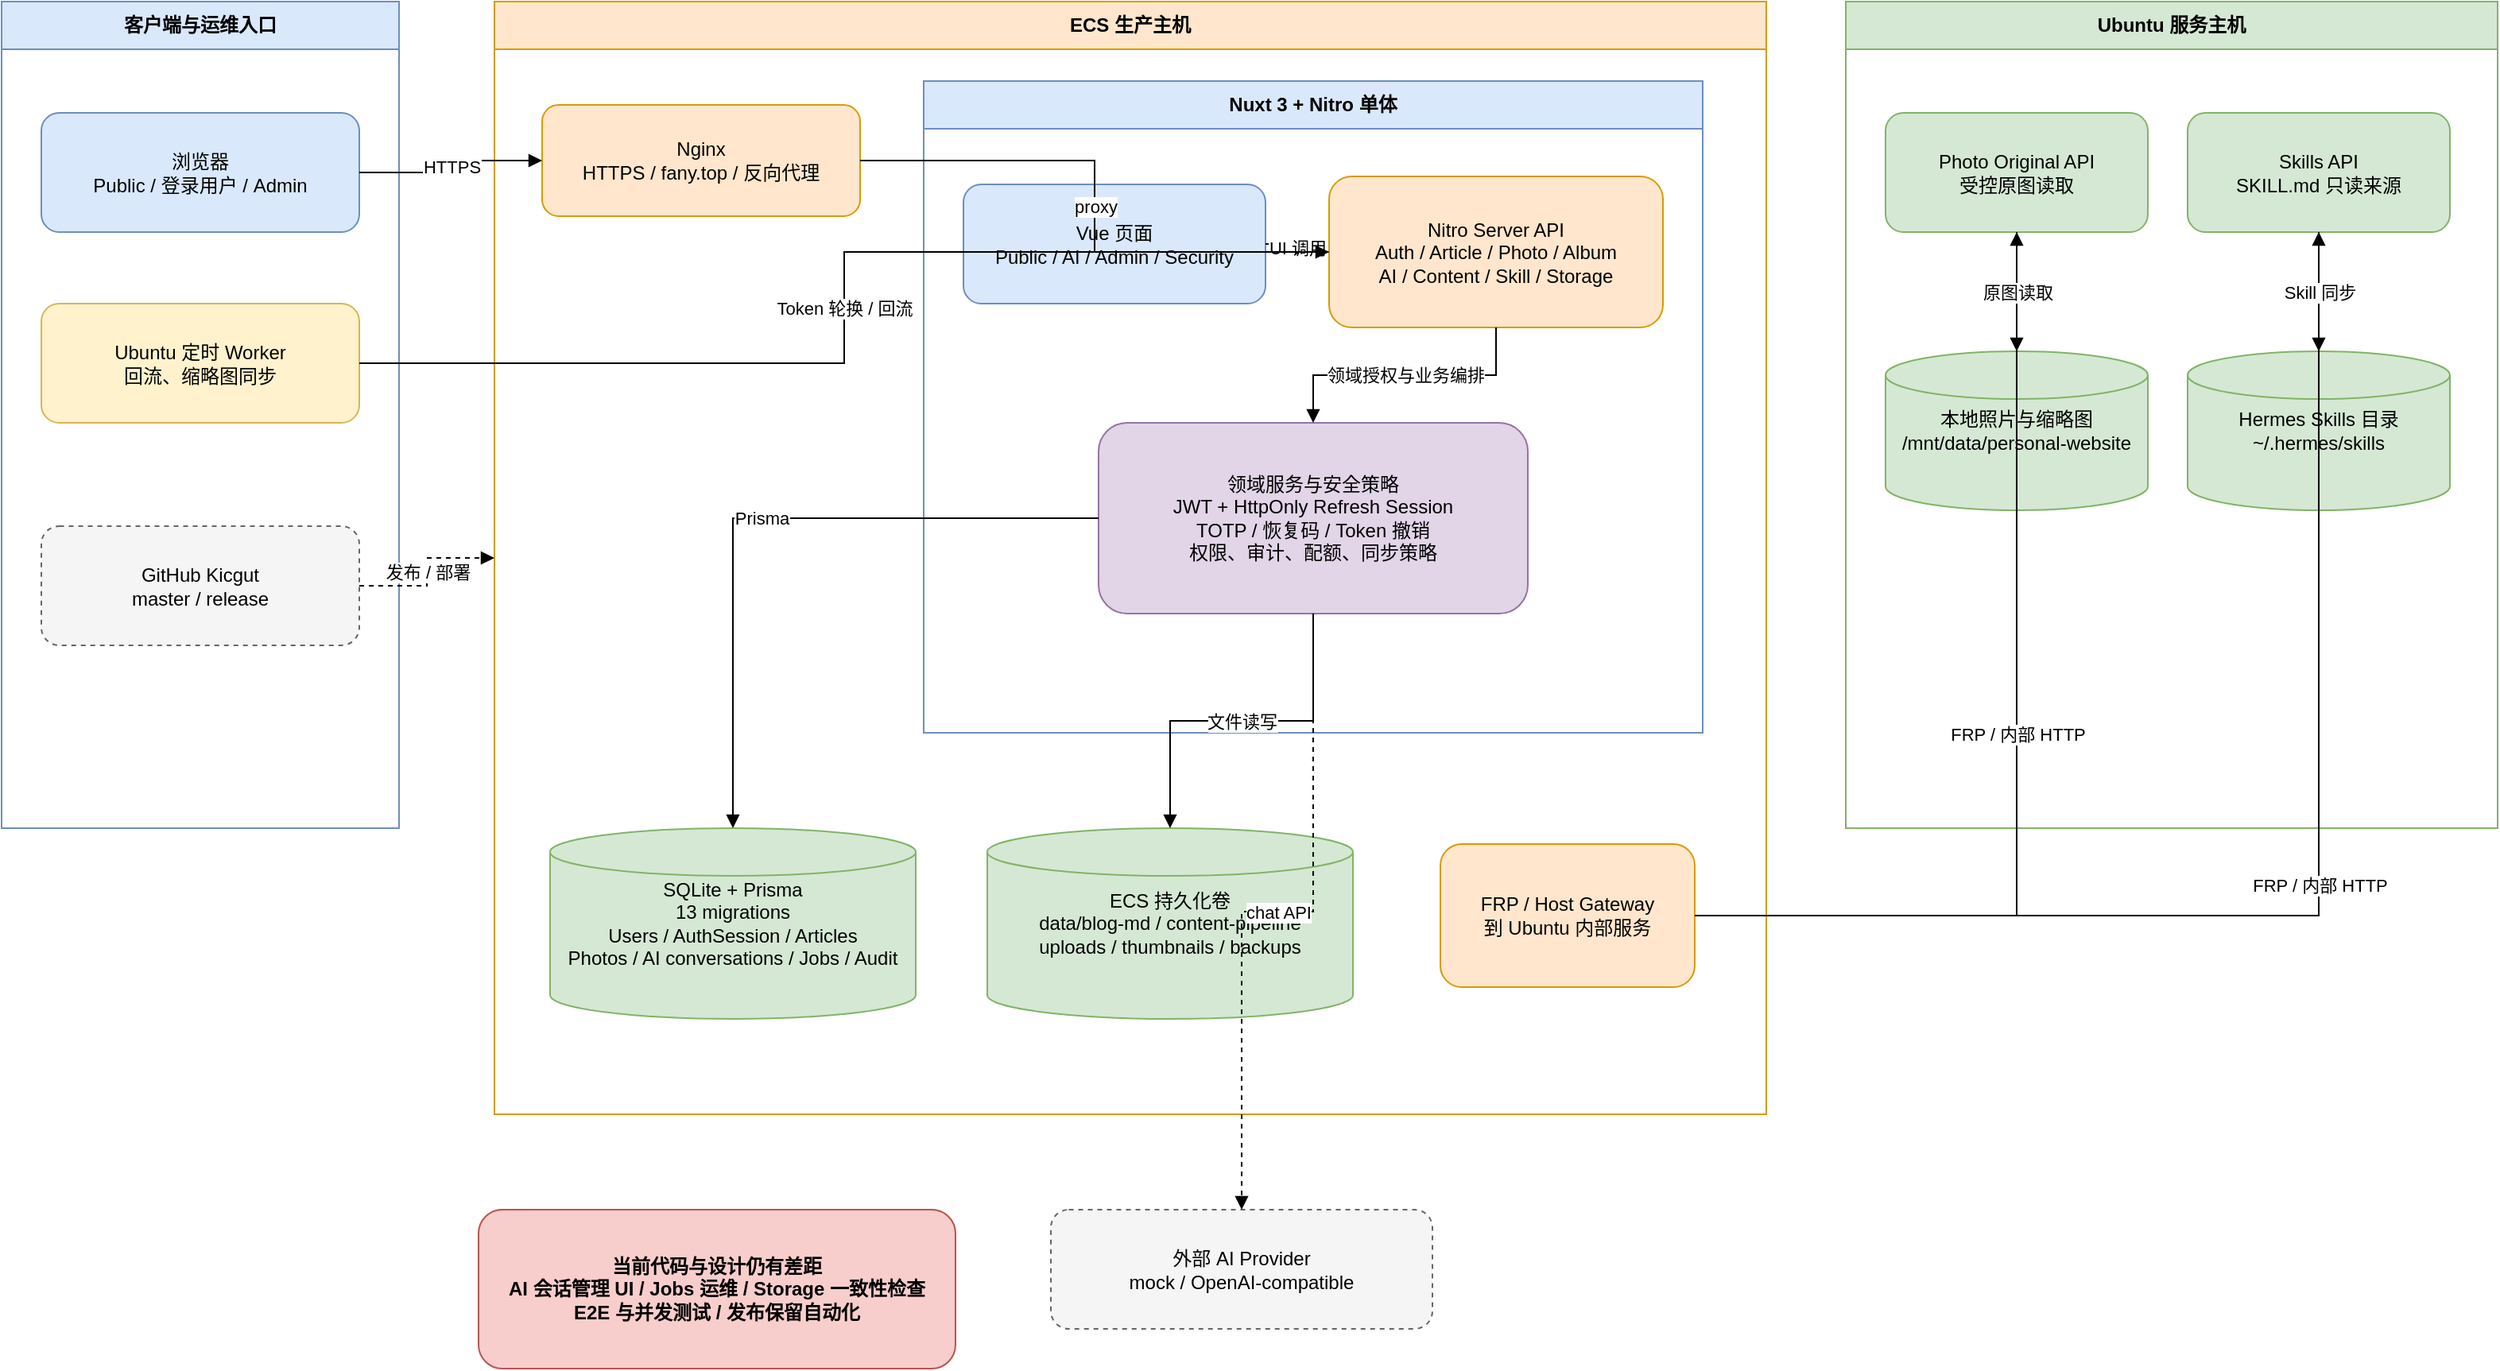
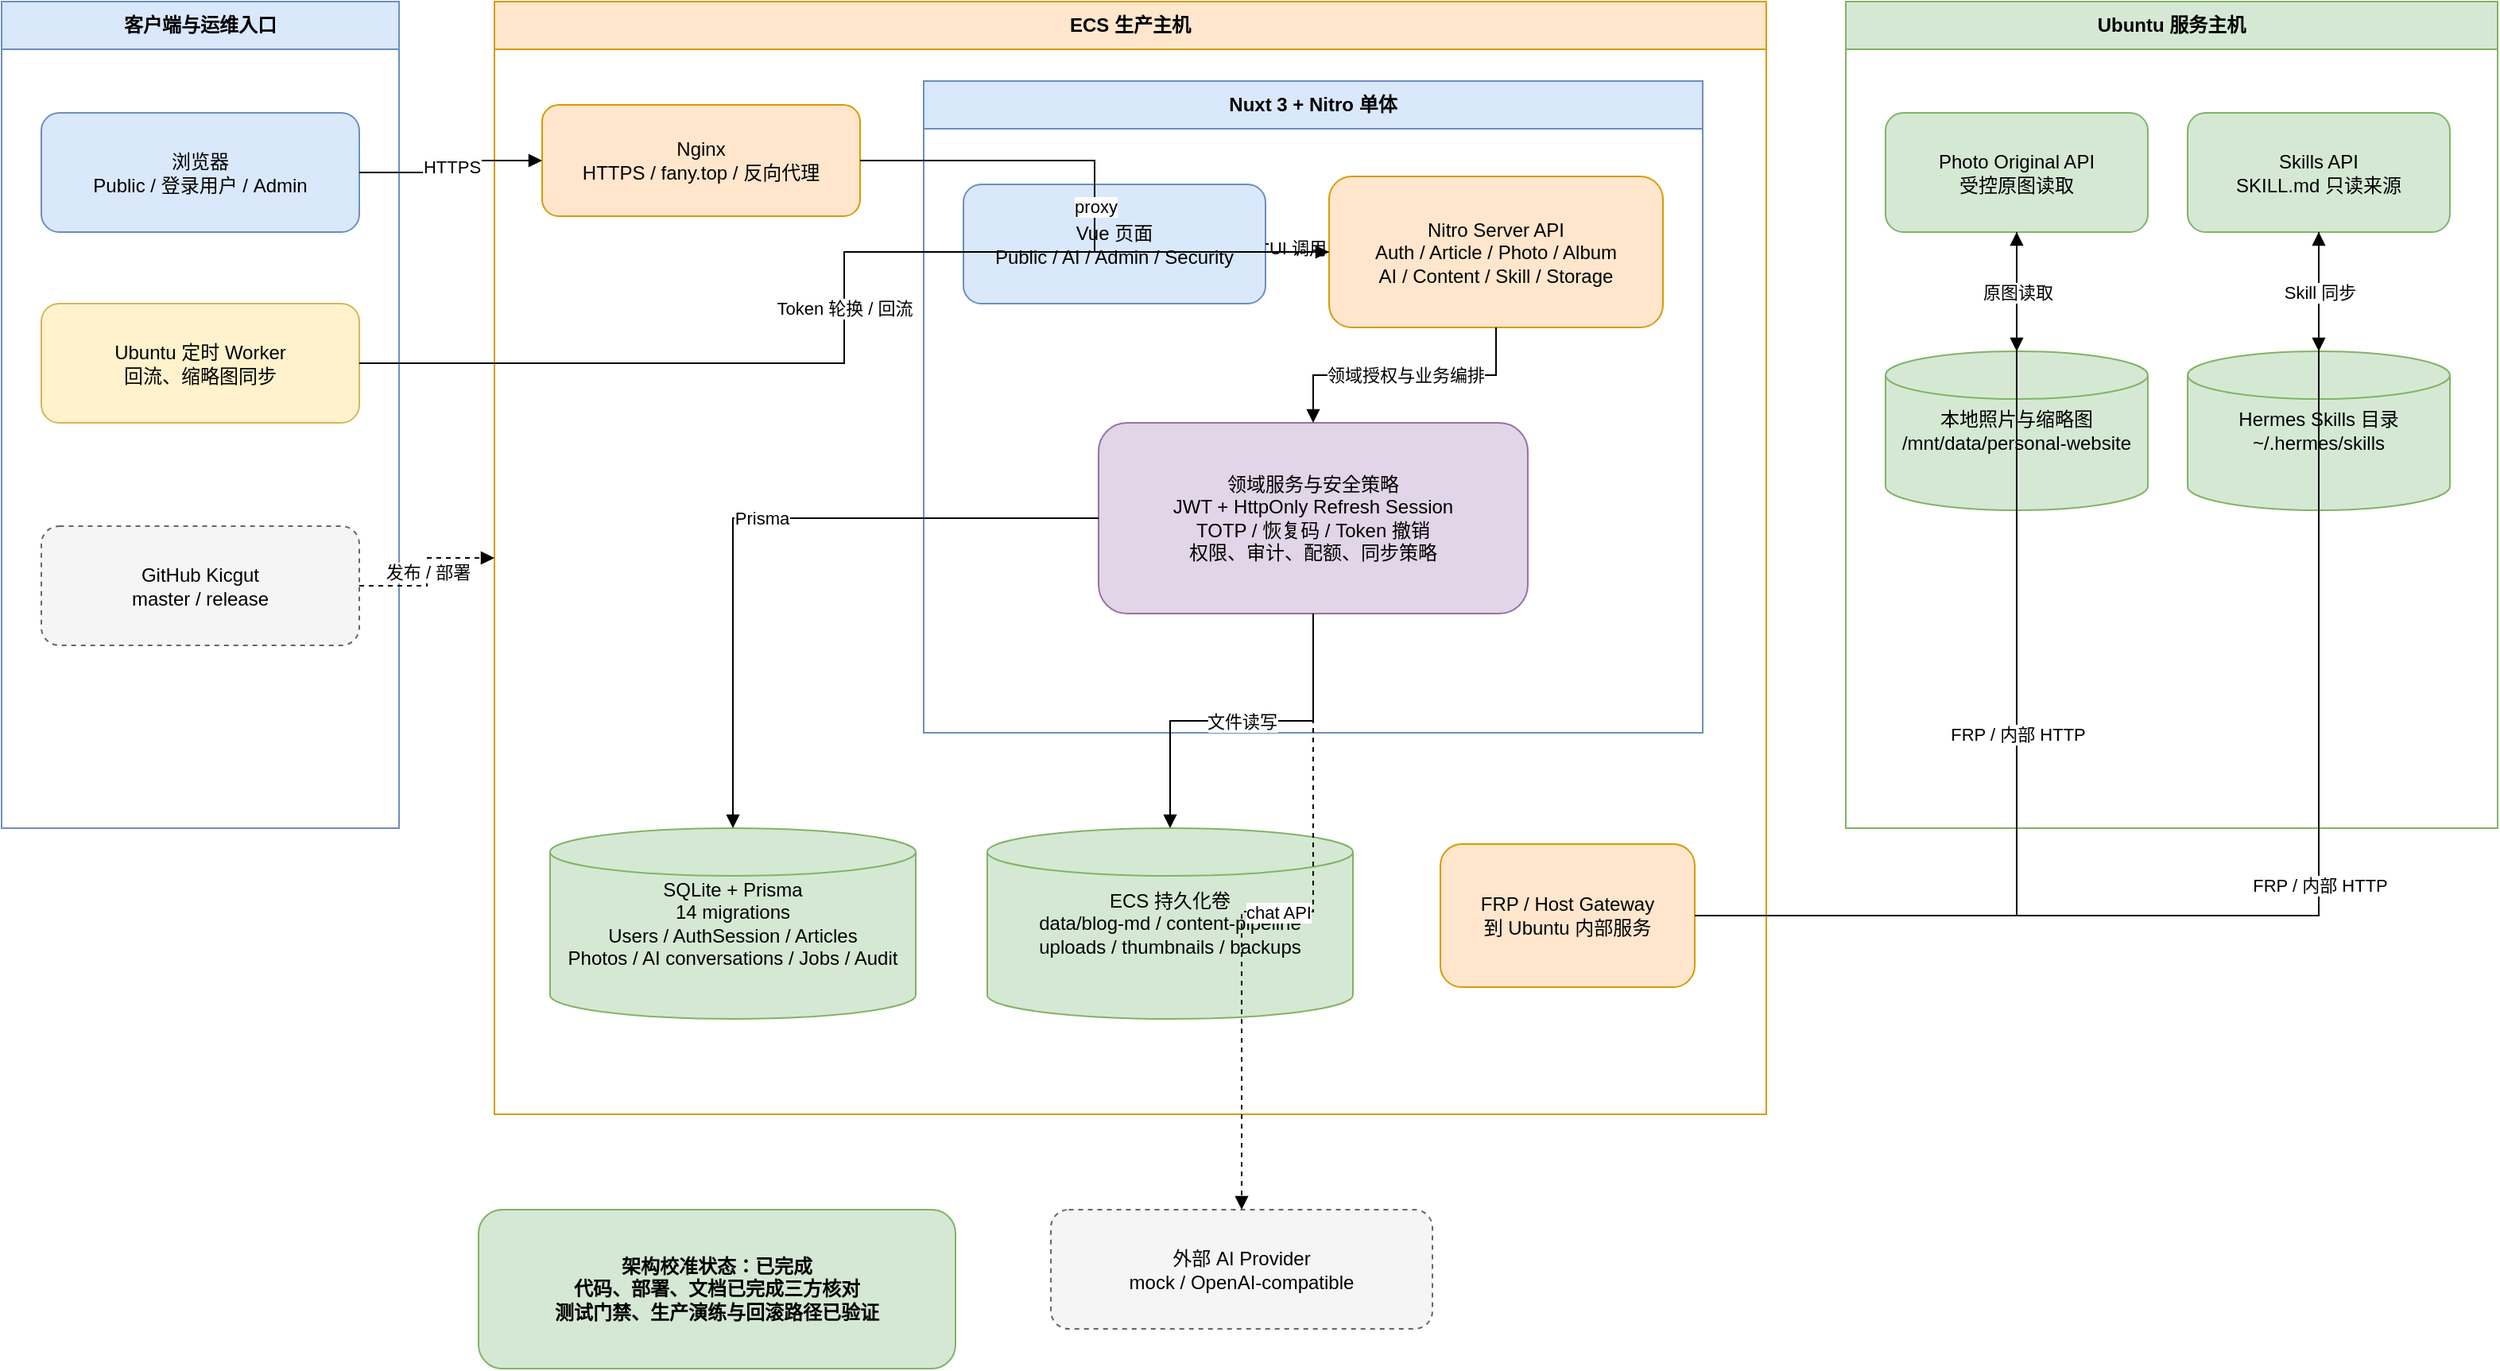
<?xml version="1.0" encoding="UTF-8"?>
<mxfile host="drawio" version="26.0.0">
  <diagram id="current-as-is" name="Current As-Is">
    <mxGraphModel grid="1" gridSize="10" page="1" pageWidth="1654" pageHeight="1169" math="0" shadow="0">
      <root>
        <mxCell id="0"/><mxCell id="1" parent="0"/>
        <mxCell id="client" value="客户端与运维入口" style="swimlane;startSize=30;whiteSpace=wrap;html=1;fillColor=#dae8fc;strokeColor=#6c8ebf;fontStyle=1" vertex="1" parent="1"><mxGeometry x="30" y="30" width="250" height="520" as="geometry"/></mxCell>
        <mxCell id="browser" value="浏览器&#xa;Public / 登录用户 / Admin" style="rounded=1;whiteSpace=wrap;html=1;fillColor=#dae8fc;strokeColor=#6c8ebf" vertex="1" parent="client"><mxGeometry x="25" y="70" width="200" height="75" as="geometry"/></mxCell>
        <mxCell id="worker" value="Ubuntu 定时 Worker&#xa;回流、缩略图同步" style="rounded=1;whiteSpace=wrap;html=1;fillColor=#fff2cc;strokeColor=#d6b656" vertex="1" parent="client"><mxGeometry x="25" y="190" width="200" height="75" as="geometry"/></mxCell>
        <mxCell id="git" value="GitHub Kicgut&#xa;master / release" style="rounded=1;whiteSpace=wrap;html=1;fillColor=#f5f5f5;strokeColor=#666666;dashed=1" vertex="1" parent="client"><mxGeometry x="25" y="330" width="200" height="75" as="geometry"/></mxCell>
        <mxCell id="ecs" value="ECS 生产主机" style="swimlane;startSize=30;whiteSpace=wrap;html=1;fillColor=#ffe6cc;strokeColor=#d79b00;fontStyle=1" vertex="1" parent="1"><mxGeometry x="340" y="30" width="800" height="700" as="geometry"/></mxCell>
        <mxCell id="nginx" value="Nginx&#xa;HTTPS / fany.top / 反向代理" style="rounded=1;whiteSpace=wrap;html=1;fillColor=#ffe6cc;strokeColor=#d79b00" vertex="1" parent="ecs"><mxGeometry x="30" y="65" width="200" height="70" as="geometry"/></mxCell>
        <mxCell id="nuxt" value="Nuxt 3 + Nitro 单体" style="swimlane;startSize=30;whiteSpace=wrap;html=1;fillColor=#dae8fc;strokeColor=#6c8ebf;fontStyle=1" vertex="1" parent="ecs"><mxGeometry x="270" y="50" width="490" height="410" as="geometry"/></mxCell>
        <mxCell id="ui" value="Vue 页面&#xa;Public / AI / Admin / Security" style="rounded=1;whiteSpace=wrap;html=1;fillColor=#dae8fc;strokeColor=#6c8ebf" vertex="1" parent="nuxt"><mxGeometry x="25" y="65" width="190" height="75" as="geometry"/></mxCell>
        <mxCell id="api" value="Nitro Server API&#xa;Auth / Article / Photo / Album&#xa;AI / Content / Skill / Storage" style="rounded=1;whiteSpace=wrap;html=1;fillColor=#ffe6cc;strokeColor=#d79b00" vertex="1" parent="nuxt"><mxGeometry x="255" y="60" width="210" height="95" as="geometry"/></mxCell>
        <mxCell id="services" value="领域服务与安全策略&#xa;JWT + HttpOnly Refresh Session&#xa;TOTP / 恢复码 / Token 撤销&#xa;权限、审计、配额、同步策略" style="rounded=1;whiteSpace=wrap;html=1;fillColor=#e1d5e7;strokeColor=#9673a6" vertex="1" parent="nuxt"><mxGeometry x="110" y="215" width="270" height="120" as="geometry"/></mxCell>
-         <mxCell id="db" value="SQLite + Prisma&#xa;13 migrations&#xa;Users / AuthSession / Articles&#xa;Photos / AI conversations / Jobs / Audit" style="shape=cylinder3;whiteSpace=wrap;html=1;fillColor=#d5e8d4;strokeColor=#82b366" vertex="1" parent="ecs"><mxGeometry x="35" y="520" width="230" height="120" as="geometry"/></mxCell>
+         <mxCell id="db" value="SQLite + Prisma&#xa;14 migrations&#xa;Users / AuthSession / Articles&#xa;Photos / AI conversations / Jobs / Audit" style="shape=cylinder3;whiteSpace=wrap;html=1;fillColor=#d5e8d4;strokeColor=#82b366" vertex="1" parent="ecs"><mxGeometry x="35" y="520" width="230" height="120" as="geometry"/></mxCell>
        <mxCell id="volumes" value="ECS 持久化卷&#xa;data/blog-md / content-pipeline&#xa;uploads / thumbnails / backups" style="shape=cylinder3;whiteSpace=wrap;html=1;fillColor=#d5e8d4;strokeColor=#82b366" vertex="1" parent="ecs"><mxGeometry x="310" y="520" width="230" height="120" as="geometry"/></mxCell>
        <mxCell id="frp" value="FRP / Host Gateway&#xa;到 Ubuntu 内部服务" style="rounded=1;whiteSpace=wrap;html=1;fillColor=#ffe6cc;strokeColor=#d79b00" vertex="1" parent="ecs"><mxGeometry x="595" y="530" width="160" height="90" as="geometry"/></mxCell>
        <mxCell id="ubuntu" value="Ubuntu 服务主机" style="swimlane;startSize=30;whiteSpace=wrap;html=1;fillColor=#d5e8d4;strokeColor=#82b366;fontStyle=1" vertex="1" parent="1"><mxGeometry x="1190" y="30" width="410" height="520" as="geometry"/></mxCell>
        <mxCell id="photoapi" value="Photo Original API&#xa;受控原图读取" style="rounded=1;whiteSpace=wrap;html=1;fillColor=#d5e8d4;strokeColor=#82b366" vertex="1" parent="ubuntu"><mxGeometry x="25" y="70" width="165" height="75" as="geometry"/></mxCell>
        <mxCell id="skillsapi" value="Skills API&#xa;SKILL.md 只读来源" style="rounded=1;whiteSpace=wrap;html=1;fillColor=#d5e8d4;strokeColor=#82b366" vertex="1" parent="ubuntu"><mxGeometry x="215" y="70" width="165" height="75" as="geometry"/></mxCell>
        <mxCell id="photos" value="本地照片与缩略图&#xa;/mnt/data/personal-website" style="shape=cylinder3;whiteSpace=wrap;html=1;fillColor=#d5e8d4;strokeColor=#82b366" vertex="1" parent="ubuntu"><mxGeometry x="25" y="220" width="165" height="100" as="geometry"/></mxCell>
        <mxCell id="hermes" value="Hermes Skills 目录&#xa;~/.hermes/skills" style="shape=cylinder3;whiteSpace=wrap;html=1;fillColor=#d5e8d4;strokeColor=#82b366" vertex="1" parent="ubuntu"><mxGeometry x="215" y="220" width="165" height="100" as="geometry"/></mxCell>
        <mxCell id="ai" value="外部 AI Provider&#xa;mock / OpenAI-compatible" style="rounded=1;whiteSpace=wrap;html=1;fillColor=#f5f5f5;strokeColor=#666666;dashed=1" vertex="1" parent="1"><mxGeometry x="690" y="790" width="240" height="75" as="geometry"/></mxCell>
-         <mxCell id="drift" value="当前代码与设计仍有差距&#xa;AI 会话管理 UI / Jobs 运维 / Storage 一致性检查&#xa;E2E 与并发测试 / 发布保留自动化" style="rounded=1;whiteSpace=wrap;html=1;fillColor=#f8cecc;strokeColor=#b85450;fontStyle=1" vertex="1" parent="1"><mxGeometry x="330" y="790" width="300" height="100" as="geometry"/></mxCell>
+         <mxCell id="drift" value="架构校准状态：已完成&#xa;代码、部署、文档已完成三方核对&#xa;测试门禁、生产演练与回滚路径已验证" style="rounded=1;whiteSpace=wrap;html=1;fillColor=#d5e8d4;strokeColor=#82b366;fontStyle=1" vertex="1" parent="1"><mxGeometry x="330" y="790" width="300" height="100" as="geometry"/></mxCell>
        <mxCell id="e1" value="HTTPS" style="edgeStyle=orthogonalEdgeStyle;rounded=0;html=1;endArrow=block" edge="1" parent="1" source="browser" target="nginx"><mxGeometry relative="1" as="geometry"/></mxCell>
        <mxCell id="e2" value="proxy" style="edgeStyle=orthogonalEdgeStyle;rounded=0;html=1;endArrow=block" edge="1" parent="1" source="nginx" target="api"><mxGeometry relative="1" as="geometry"/></mxCell>
        <mxCell id="e3" value="UI 调用" style="edgeStyle=orthogonalEdgeStyle;rounded=0;html=1;endArrow=block" edge="1" parent="1" source="ui" target="api"><mxGeometry relative="1" as="geometry"/></mxCell>
        <mxCell id="e4" value="领域授权与业务编排" style="edgeStyle=orthogonalEdgeStyle;rounded=0;html=1;endArrow=block" edge="1" parent="1" source="api" target="services"><mxGeometry relative="1" as="geometry"/></mxCell>
        <mxCell id="e5" value="Prisma" style="edgeStyle=orthogonalEdgeStyle;rounded=0;html=1;endArrow=block" edge="1" parent="1" source="services" target="db"><mxGeometry relative="1" as="geometry"/></mxCell>
        <mxCell id="e6" value="文件读写" style="edgeStyle=orthogonalEdgeStyle;rounded=0;html=1;endArrow=block" edge="1" parent="1" source="services" target="volumes"><mxGeometry relative="1" as="geometry"/></mxCell>
        <mxCell id="e7" value="FRP / 内部 HTTP" style="edgeStyle=orthogonalEdgeStyle;rounded=0;html=1;endArrow=block" edge="1" parent="1" source="frp" target="photoapi"><mxGeometry relative="1" as="geometry"/></mxCell>
        <mxCell id="e8" value="FRP / 内部 HTTP" style="edgeStyle=orthogonalEdgeStyle;rounded=0;html=1;endArrow=block" edge="1" parent="1" source="frp" target="skillsapi"><mxGeometry relative="1" as="geometry"/></mxCell>
        <mxCell id="e9" value="原图读取" style="edgeStyle=orthogonalEdgeStyle;rounded=0;html=1;endArrow=block" edge="1" parent="1" source="photoapi" target="photos"><mxGeometry relative="1" as="geometry"/></mxCell>
        <mxCell id="e10" value="Skill 同步" style="edgeStyle=orthogonalEdgeStyle;rounded=0;html=1;endArrow=block" edge="1" parent="1" source="skillsapi" target="hermes"><mxGeometry relative="1" as="geometry"/></mxCell>
        <mxCell id="e11" value="Token 轮换 / 回流" style="edgeStyle=orthogonalEdgeStyle;rounded=0;html=1;endArrow=block" edge="1" parent="1" source="worker" target="api"><mxGeometry relative="1" as="geometry"/></mxCell>
        <mxCell id="e12" value="chat API" style="edgeStyle=orthogonalEdgeStyle;rounded=0;html=1;endArrow=block;dashed=1" edge="1" parent="1" source="services" target="ai"><mxGeometry relative="1" as="geometry"/></mxCell>
        <mxCell id="e13" value="发布 / 部署" style="edgeStyle=orthogonalEdgeStyle;rounded=0;html=1;endArrow=block;dashed=1" edge="1" parent="1" source="git" target="ecs"><mxGeometry relative="1" as="geometry"/></mxCell>
      </root>
    </mxGraphModel>
  </diagram>
</mxfile>
